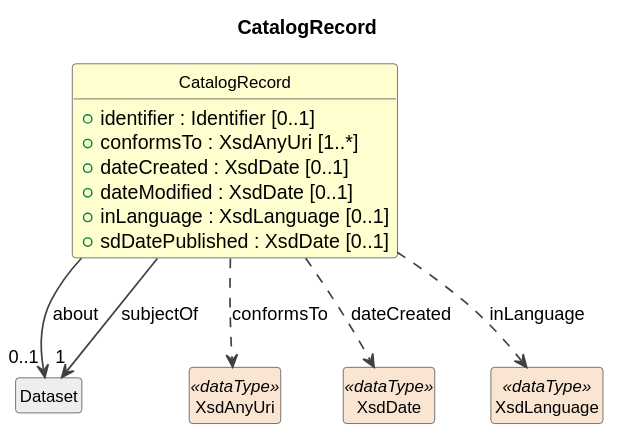
Earlier version of the PlantUML export cdif-uml-model/CDIFDataDescription/Classes/CatalogRecord.svg (Cross-Domain-Interoperability-Framework/metadataBuildingBlocks).
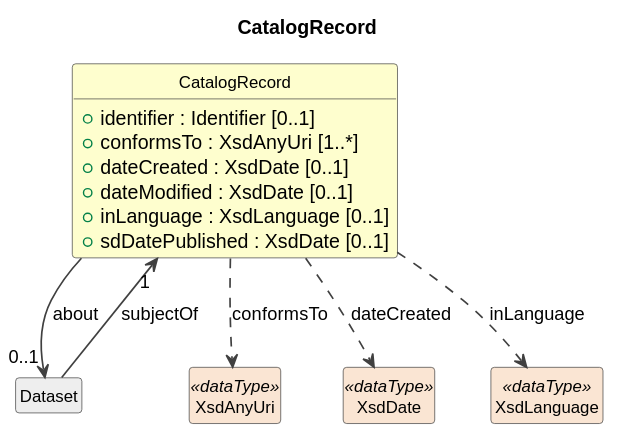
The same diagram one commit later.

The edit, as a diff of the source:
```diff
@@ -19,7 +19,7 @@
   +sdDatePublished : XsdDate [0..1]
 }
 class "Dataset" as Dataset #EEEEEE
-Dataset "1" <-- CatalogRecord : subjectOf
+Dataset --> "1" CatalogRecord : subjectOf
 CatalogRecord --> "0..1" Dataset : about
 class "XsdAnyUri" as XsdAnyUri <<dataType>> #FAE5D3
 CatalogRecord ..> XsdAnyUri : conformsTo
```
